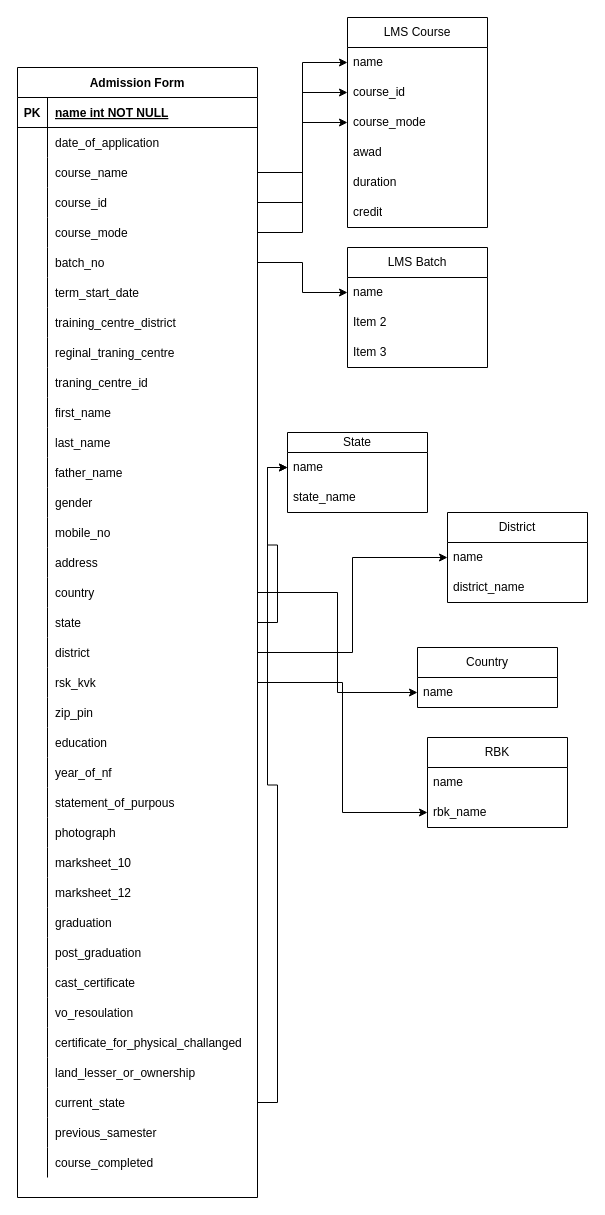
abhirock74/draw.io keeps this draw.io diagram as Ryss_lms_register.drawio. Above is the earlier version. Source tidied: cells renumbered, new cells numbered last; positions are measured from the earlier drawing's top-left corner, leaving out a move shared by most shapes. Both pictures are drawn from the tidied source at 100%, with x=0, y=0 at pixel (17, 17).
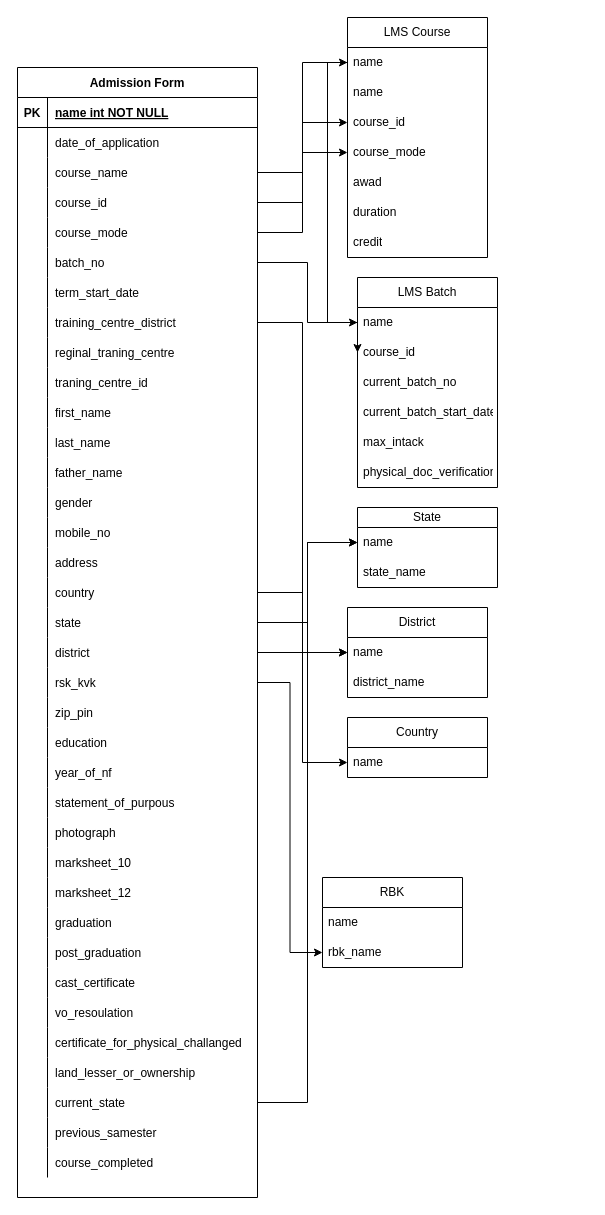
After the change.

The change refers to these unchanged cells:
```xml
<mxCell id="24" style="shape=partialRectangle;fillColor=none;points=[[0,0.5],[1,0.5]];portConstraint=eastwest;top=0;left=0;right=0;bottom=0;" parent="2" vertex="1">
  <mxGeometry y="240" width="240" height="30" as="geometry" />
</mxCell>
<mxCell id="112" value="name" style="text;strokeColor=none;fillColor=none;align=left;verticalAlign=middle;spacingLeft=4;spacingRight=4;overflow=hidden;points=[[0,0.5],[1,0.5]];portConstraint=eastwest;whiteSpace=wrap;html=1;" parent="111" vertex="1">
  <mxGeometry y="30" width="140" height="30" as="geometry" />
</mxCell>
<mxCell id="124" value="name" style="text;strokeColor=none;fillColor=none;align=left;verticalAlign=middle;spacingLeft=4;spacingRight=4;overflow=hidden;points=[[0,0.5],[1,0.5]];portConstraint=eastwest;whiteSpace=wrap;html=1;" parent="123" vertex="1">
  <mxGeometry y="30" width="140" height="30" as="geometry" />
</mxCell>
```

Diff of the diagram source:
```diff
@@
     <mxCell id="111" value="LMS Course" style="swimlane;fontStyle=0;horizontal=1;startSize=30;whiteSpace=wrap;html=1;" parent="1" vertex="1">
-      <mxGeometry x="330" width="140" height="210" as="geometry" />
+      <mxGeometry x="330" width="140" height="240" as="geometry" />
     </mxCell>
@@
+    <mxCell id="142" value="name" style="text;strokeColor=none;fillColor=none;align=left;verticalAlign=middle;spacingLeft=4;spacingRight=4;overflow=hidden;whiteSpace=wrap;html=1;" parent="111" vertex="1">
+      <mxGeometry y="60" width="140" height="30" as="geometry" />
+    </mxCell>
     <mxCell id="113" value="course_id" style="text;strokeColor=none;fillColor=none;align=left;verticalAlign=middle;spacingLeft=4;spacingRight=4;overflow=hidden;points=[[0,0.5],[1,0.5]];portConstraint=eastwest;whiteSpace=wrap;html=1;" parent="111" vertex="1">
-      <mxGeometry y="60" width="140" height="30" as="geometry" />
+      <mxGeometry y="90" width="140" height="30" as="geometry" />
     </mxCell>
     <mxCell id="114" value="course_mode" style="text;strokeColor=none;fillColor=none;align=left;verticalAlign=middle;spacingLeft=4;spacingRight=4;overflow=hidden;points=[[0,0.5],[1,0.5]];portConstraint=eastwest;whiteSpace=wrap;html=1;" parent="111" vertex="1">
-      <mxGeometry y="90" width="140" height="30" as="geometry" />
+      <mxGeometry y="120" width="140" height="30" as="geometry" />
     </mxCell>
     <mxCell id="115" value="awad" style="text;strokeColor=none;fillColor=none;align=left;verticalAlign=middle;spacingLeft=4;spacingRight=4;overflow=hidden;whiteSpace=wrap;html=1;" parent="111" vertex="1">
-      <mxGeometry y="120" width="140" height="30" as="geometry" />
+      <mxGeometry y="150" width="140" height="30" as="geometry" />
     </mxCell>
     <mxCell id="116" value="duration" style="text;strokeColor=none;fillColor=none;align=left;verticalAlign=middle;spacingLeft=4;spacingRight=4;overflow=hidden;whiteSpace=wrap;html=1;" parent="111" vertex="1">
-      <mxGeometry y="150" width="140" height="30" as="geometry" />
+      <mxGeometry y="180" width="140" height="30" as="geometry" />
     </mxCell>
     <mxCell id="117" value="credit" style="text;strokeColor=none;fillColor=none;align=left;verticalAlign=middle;spacingLeft=4;spacingRight=4;overflow=hidden;whiteSpace=wrap;html=1;" parent="111" vertex="1">
-      <mxGeometry y="180" width="140" height="30" as="geometry" />
+      <mxGeometry y="210" width="140" height="30" as="geometry" />
     </mxCell>
@@
     <mxCell id="119" value="State" style="swimlane;fontStyle=0;horizontal=1;startSize=20;whiteSpace=wrap;html=1;" parent="1" vertex="1">
-      <mxGeometry x="270" y="415" width="140" height="80" as="geometry" />
+      <mxGeometry x="340" y="490" width="140" height="80" as="geometry" />
     </mxCell>
@@
     <mxCell id="123" value="District" style="swimlane;fontStyle=0;horizontal=1;startSize=30;whiteSpace=wrap;html=1;" parent="1" vertex="1">
-      <mxGeometry x="430" y="495" width="140" height="90" as="geometry" />
+      <mxGeometry x="330" y="590" width="140" height="90" as="geometry" />
     </mxCell>
@@
     <mxCell id="128" value="Country" style="swimlane;fontStyle=0;horizontal=1;startSize=30;whiteSpace=wrap;html=1;" parent="1" vertex="1">
-      <mxGeometry x="400" y="630" width="140" height="60" as="geometry" />
+      <mxGeometry x="330" y="700" width="140" height="60" as="geometry" />
     </mxCell>
@@
     <mxCell id="132" value="RBK" style="swimlane;fontStyle=0;horizontal=1;startSize=30;whiteSpace=wrap;html=1;" parent="1" vertex="1">
-      <mxGeometry x="410" y="720" width="140" height="90" as="geometry" />
+      <mxGeometry x="305" y="860" width="140" height="90" as="geometry" />
     </mxCell>
@@
     <mxCell id="137" value="LMS&amp;nbsp;&lt;span style=&quot;background-color: initial;&quot;&gt;Batch&lt;/span&gt;" style="swimlane;fontStyle=0;horizontal=1;startSize=30;whiteSpace=wrap;html=1;" parent="1" vertex="1">
-      <mxGeometry x="330" y="230" width="140" height="120" as="geometry" />
+      <mxGeometry x="340" y="260" width="140" height="210" as="geometry" />
     </mxCell>
@@
-    <mxCell id="139" value="Item 2" style="text;strokeColor=none;fillColor=none;align=left;verticalAlign=middle;spacingLeft=4;spacingRight=4;overflow=hidden;points=[[0,0.5],[1,0.5]];portConstraint=eastwest;whiteSpace=wrap;html=1;" parent="137" vertex="1">
+    <mxCell id="139" value="course_id" style="text;strokeColor=none;fillColor=none;align=left;verticalAlign=middle;spacingLeft=4;spacingRight=4;overflow=hidden;points=[[0,0.5],[1,0.5]];portConstraint=eastwest;whiteSpace=wrap;html=1;" parent="137" vertex="1">
       <mxGeometry y="60" width="140" height="30" as="geometry" />
     </mxCell>
-    <mxCell id="140" value="Item 3" style="text;strokeColor=none;fillColor=none;align=left;verticalAlign=middle;spacingLeft=4;spacingRight=4;overflow=hidden;whiteSpace=wrap;html=1;" parent="137" vertex="1">
+    <mxCell id="140" value="current_batch_no" style="text;strokeColor=none;fillColor=none;align=left;verticalAlign=middle;spacingLeft=4;spacingRight=4;overflow=hidden;whiteSpace=wrap;html=1;" parent="137" vertex="1">
       <mxGeometry y="90" width="140" height="30" as="geometry" />
     </mxCell>
+    <mxCell id="143" value="current_batch_start_date" style="text;strokeColor=none;fillColor=none;align=left;verticalAlign=middle;spacingLeft=4;spacingRight=4;overflow=hidden;whiteSpace=wrap;html=1;" parent="137" vertex="1">
+      <mxGeometry y="120" width="140" height="30" as="geometry" />
+    </mxCell>
+    <mxCell id="144" value="max_intack" style="text;strokeColor=none;fillColor=none;align=left;verticalAlign=middle;spacingLeft=4;spacingRight=4;overflow=hidden;whiteSpace=wrap;html=1;" parent="137" vertex="1">
+      <mxGeometry y="150" width="140" height="30" as="geometry" />
+    </mxCell>
+    <mxCell id="145" value="physical_doc_verification" style="text;strokeColor=none;fillColor=none;align=left;verticalAlign=middle;spacingLeft=4;spacingRight=4;overflow=hidden;whiteSpace=wrap;html=1;" parent="137" vertex="1">
+      <mxGeometry y="180" width="140" height="30" as="geometry" />
+    </mxCell>
@@
+    <mxCell id="146" style="edgeStyle=orthogonalEdgeStyle;rounded=0;jettySize=auto;html=1;entryX=0;entryY=0.5;entryDx=0;entryDy=0;" parent="1" edge="1" source="112" target="139">
+      <mxGeometry relative="1" as="geometry">
+        <Array as="points">
+          <mxPoint x="310" y="45" />
+          <mxPoint x="310" y="305" />
+        </Array>
+      </mxGeometry>
+    </mxCell>
+    <mxCell id="147" style="edgeStyle=orthogonalEdgeStyle;rounded=0;jettySize=auto;html=1;entryX=0;entryY=0.5;entryDx=0;entryDy=0;" parent="1" edge="1" source="24" target="124">
+      <mxGeometry relative="1" as="geometry" />
+    </mxCell>
```
